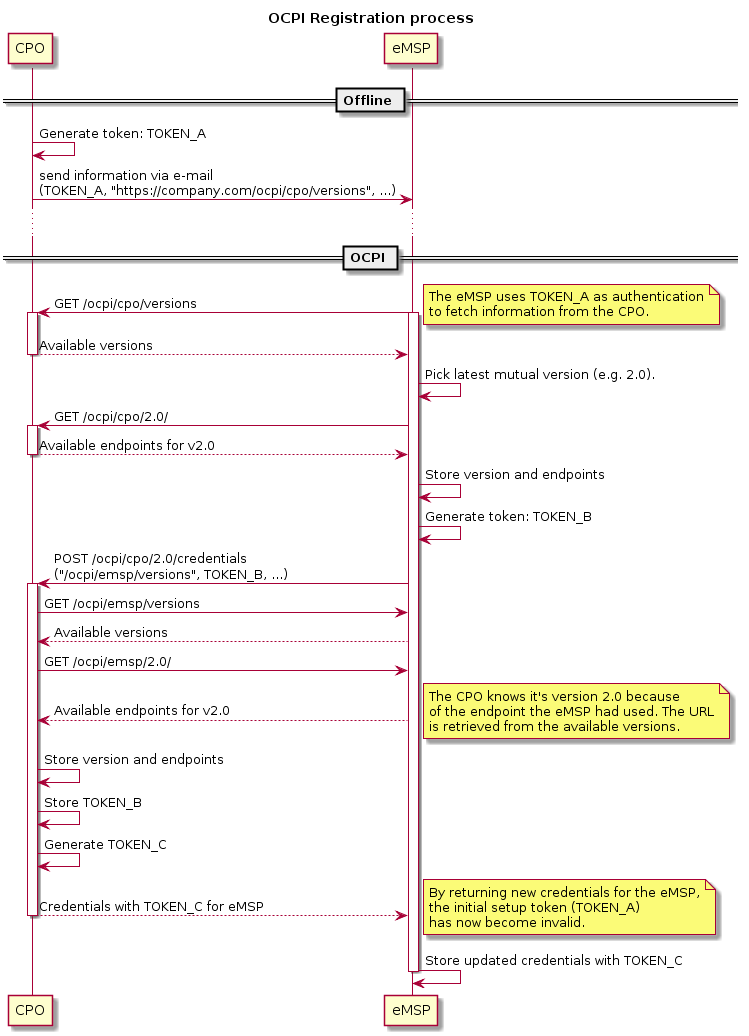
Above: data/registration-sequence.png in ocpi/ocpi (PlantUML), before the change.
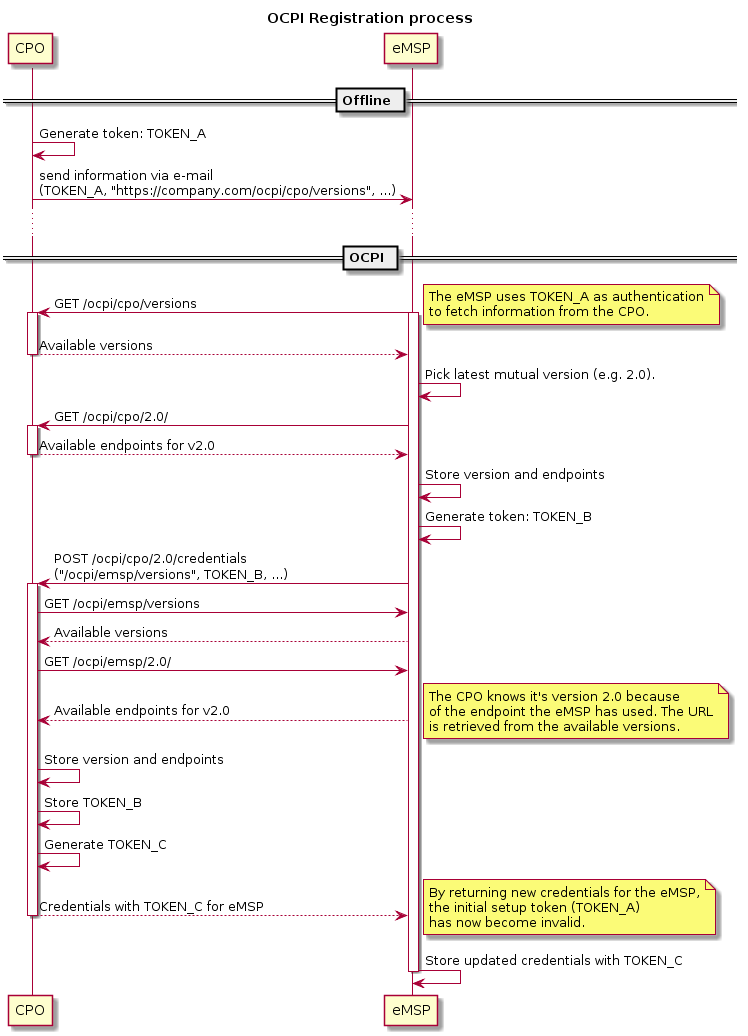
After the commit.

Change to the diagram source:
```diff
@@ -39,7 +39,7 @@
 CPO <-- eMSP: Available endpoints for v2.0
 note right
     The CPO knows it's version 2.0 because
-    of the endpoint the eMSP had used. The URL
+    of the endpoint the eMSP has used. The URL
     is retrieved from the available versions.
 end note
 CPO -> CPO: Store version and endpoints
```
